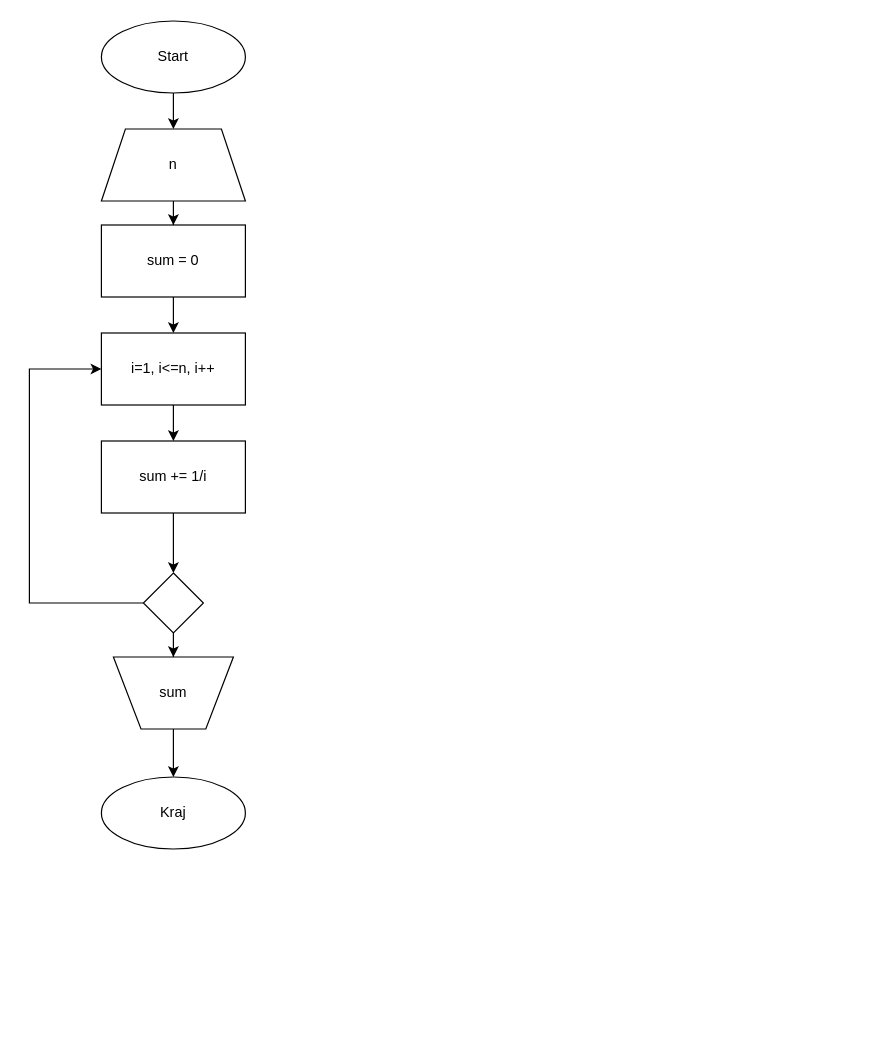
Above: page "zad2" (2 of 2) of alg_domaci2.drawio in stashat/Test (draw.io), before the change. Source tidied: cells renumbered, new cells numbered last; positions are measured from the earlier drawing's top-left corner, leaving out a move shared by most shapes. Both pictures are drawn from the tidied source at 120%, with x=0, y=0 at pixel (29, 20).
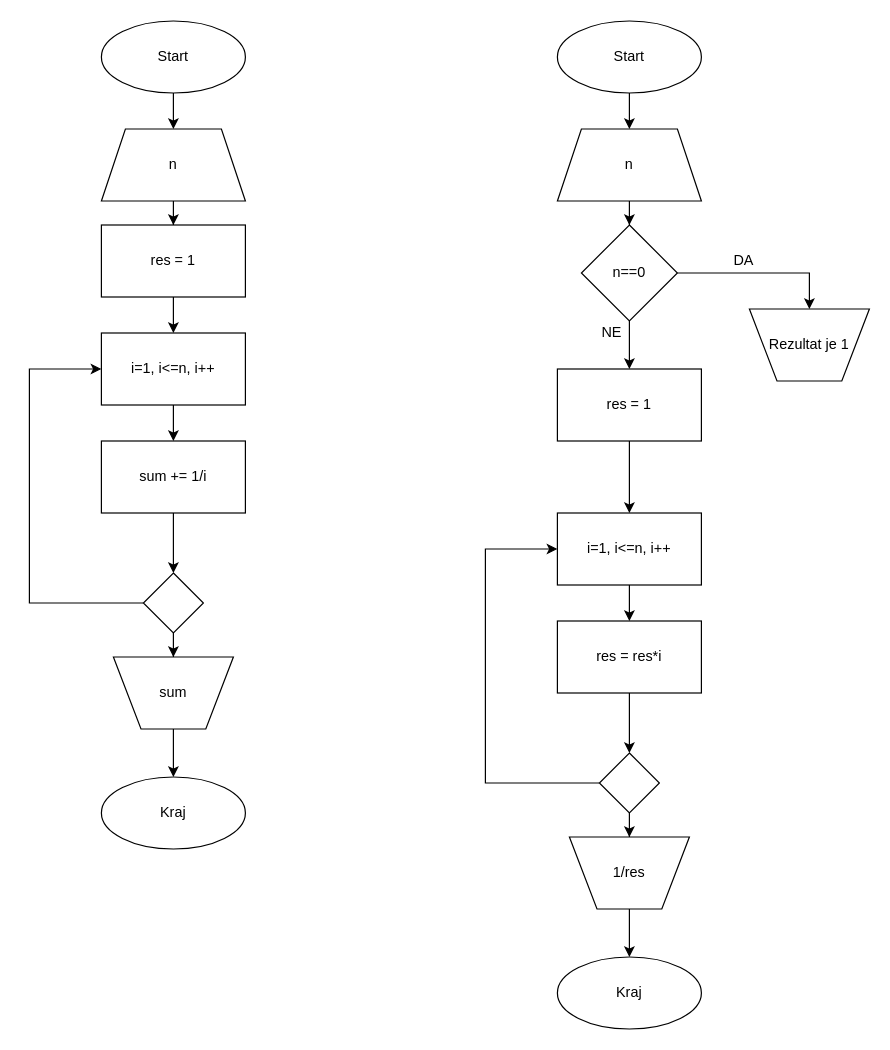
The same page after the edit.

Change to the diagram source:
```diff
@@
-    <mxCell id="9" value="sum = 0" style="rounded=0;whiteSpace=wrap;html=1;" parent="1" vertex="1">
+    <mxCell id="9" value="res = 1" style="rounded=0;whiteSpace=wrap;html=1;" parent="1" vertex="1">
       <mxGeometry x="60" y="170" width="120" height="60" as="geometry" />
     </mxCell>
@@
+    <mxCell id="18" style="edgeStyle=orthogonalEdgeStyle;rounded=0;jettySize=auto;html=1;" parent="1" edge="1" source="19" target="21">
+      <mxGeometry relative="1" as="geometry" />
+    </mxCell>
+    <mxCell id="19" value="Start" style="ellipse;whiteSpace=wrap;html=1;" parent="1" vertex="1">
+      <mxGeometry x="440" width="120" height="60" as="geometry" />
+    </mxCell>
+    <mxCell id="20" style="edgeStyle=orthogonalEdgeStyle;rounded=0;jettySize=auto;html=1;" parent="1" edge="1" source="21" target="36">
+      <mxGeometry relative="1" as="geometry" />
+    </mxCell>
+    <mxCell id="21" value="n" style="shape=trapezoid;perimeter=trapezoidPerimeter;whiteSpace=wrap;html=1;fixedSize=1;" parent="1" vertex="1">
+      <mxGeometry x="440" y="90" width="120" height="60" as="geometry" />
+    </mxCell>
+    <mxCell id="22" style="edgeStyle=orthogonalEdgeStyle;rounded=0;jettySize=auto;html=1;" parent="1" edge="1" source="23" target="27">
+      <mxGeometry relative="1" as="geometry" />
+    </mxCell>
+    <mxCell id="23" value="i=1, i&amp;lt;=n, i++" style="whiteSpace=wrap;html=1;" parent="1" vertex="1">
+      <mxGeometry x="440" y="410" width="120" height="60" as="geometry" />
+    </mxCell>
+    <mxCell id="24" style="edgeStyle=orthogonalEdgeStyle;rounded=0;jettySize=auto;html=1;entryX=0.5;entryY=0;entryDx=0;entryDy=0;" parent="1" edge="1" source="25" target="23">
+      <mxGeometry relative="1" as="geometry" />
+    </mxCell>
+    <mxCell id="25" value="res = 1" style="rounded=0;whiteSpace=wrap;html=1;" parent="1" vertex="1">
+      <mxGeometry x="440" y="290" width="120" height="60" as="geometry" />
+    </mxCell>
+    <mxCell id="26" style="edgeStyle=orthogonalEdgeStyle;rounded=0;jettySize=auto;html=1;" parent="1" edge="1" source="27" target="30">
+      <mxGeometry relative="1" as="geometry" />
+    </mxCell>
+    <mxCell id="27" value="res = res*i" style="whiteSpace=wrap;html=1;" parent="1" vertex="1">
+      <mxGeometry x="440" y="500" width="120" height="60" as="geometry" />
+    </mxCell>
+    <mxCell id="28" style="edgeStyle=orthogonalEdgeStyle;rounded=0;jettySize=auto;html=1;entryX=0;entryY=0.5;entryDx=0;entryDy=0;exitX=0;exitY=0.5;exitDx=0;exitDy=0;" parent="1" edge="1" source="30" target="23">
+      <mxGeometry relative="1" as="geometry">
+        <Array as="points">
+          <mxPoint x="380" y="635" />
+          <mxPoint x="380" y="440" />
+        </Array>
+      </mxGeometry>
+    </mxCell>
+    <mxCell id="29" style="edgeStyle=orthogonalEdgeStyle;rounded=0;jettySize=auto;html=1;entryX=0.5;entryY=0;entryDx=0;entryDy=0;" parent="1" edge="1" source="30" target="32">
+      <mxGeometry relative="1" as="geometry" />
+    </mxCell>
+    <mxCell id="30" style="rhombus;whiteSpace=wrap;html=1;" parent="1" vertex="1">
+      <mxGeometry x="475" y="610" width="50" height="50" as="geometry" />
+    </mxCell>
+    <mxCell id="31" style="edgeStyle=orthogonalEdgeStyle;rounded=0;jettySize=auto;html=1;" parent="1" edge="1" source="32" target="33">
+      <mxGeometry relative="1" as="geometry" />
+    </mxCell>
+    <mxCell id="32" value="1/res" style="verticalLabelPosition=middle;verticalAlign=middle;html=1;shape=trapezoid;perimeter=trapezoidPerimeter;whiteSpace=wrap;size=0.23;arcSize=10;flipV=1;labelPosition=center;align=center;" parent="1" vertex="1">
+      <mxGeometry x="450" y="680" width="100" height="60" as="geometry" />
+    </mxCell>
+    <mxCell id="33" value="Kraj" style="ellipse;whiteSpace=wrap;html=1;arcSize=10;" parent="1" vertex="1">
+      <mxGeometry x="440" y="780" width="120" height="60" as="geometry" />
+    </mxCell>
+    <mxCell id="34" style="edgeStyle=orthogonalEdgeStyle;rounded=0;jettySize=auto;html=1;" parent="1" edge="1" source="36" target="25">
+      <mxGeometry relative="1" as="geometry" />
+    </mxCell>
+    <mxCell id="35" style="edgeStyle=orthogonalEdgeStyle;rounded=0;jettySize=auto;html=1;entryX=0.5;entryY=0;entryDx=0;entryDy=0;" parent="1" edge="1" source="36" target="37">
+      <mxGeometry relative="1" as="geometry" />
+    </mxCell>
+    <mxCell id="36" value="n==0" style="rhombus;whiteSpace=wrap;html=1;" parent="1" vertex="1">
+      <mxGeometry x="460" y="170" width="80" height="80" as="geometry" />
+    </mxCell>
+    <mxCell id="37" value="Rezultat je 1" style="verticalLabelPosition=middle;verticalAlign=middle;html=1;shape=trapezoid;perimeter=trapezoidPerimeter;whiteSpace=wrap;size=0.23;arcSize=10;flipV=1;labelPosition=center;align=center;" parent="1" vertex="1">
+      <mxGeometry x="600" y="240" width="100" height="60" as="geometry" />
+    </mxCell>
+    <mxCell id="38" value="DA" style="text;html=1;align=center;verticalAlign=middle;" parent="1" vertex="1">
+      <mxGeometry x="580" y="190" width="30" height="20" as="geometry" />
+    </mxCell>
+    <mxCell id="39" value="NE" style="text;html=1;align=center;verticalAlign=middle;" parent="1" vertex="1">
+      <mxGeometry x="470" y="250" width="30" height="20" as="geometry" />
+    </mxCell>
```
